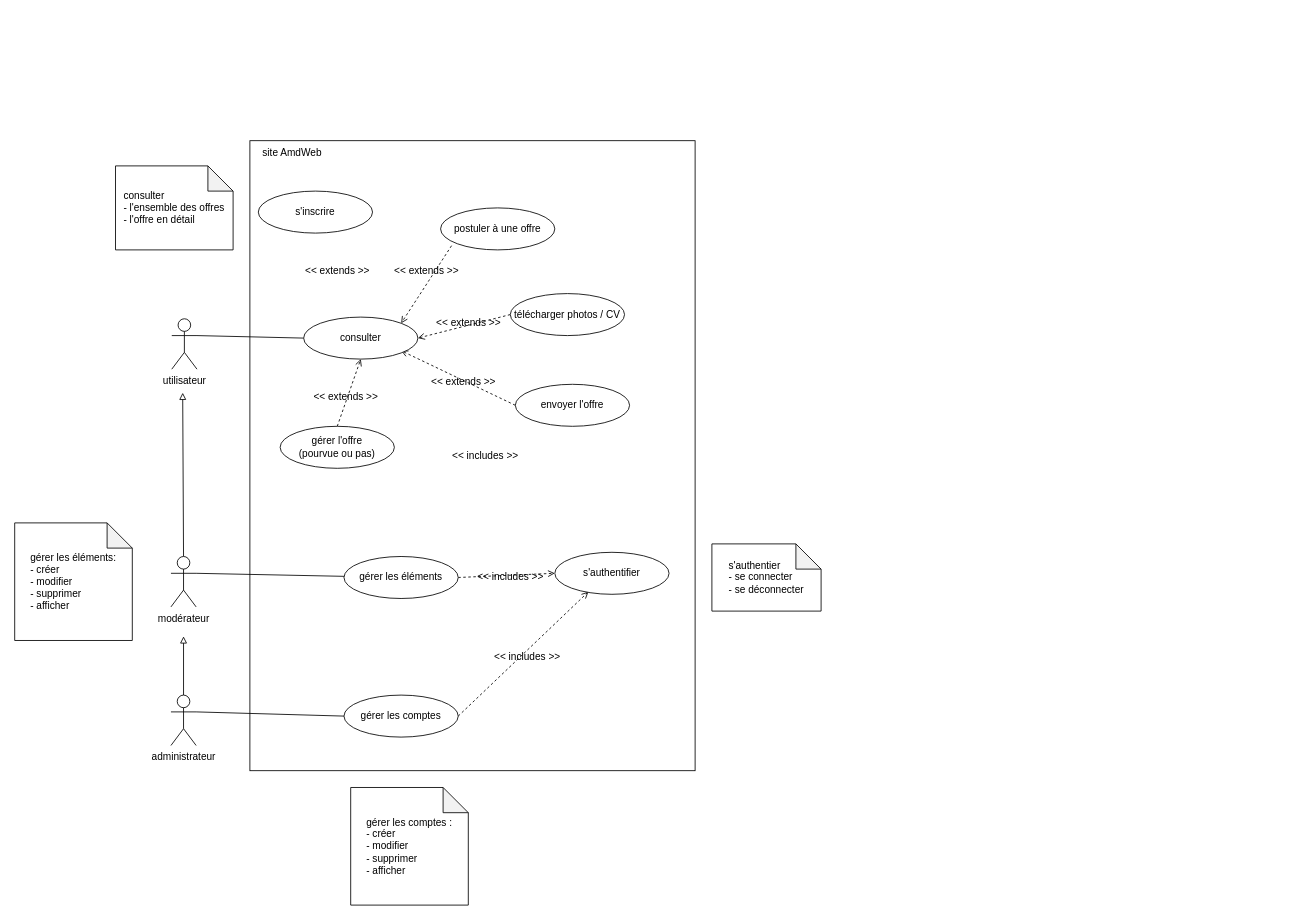
Above: Shema_UML2.drawio in Jojogit68/isoflat.github.io (draw.io), before the change. Source tidied: cells renumbered, new cells numbered last; positions are measured from the earlier drawing's top-left corner, leaving out a move shared by most shapes. Both pictures are drawn from the tidied source at 84%, with x=0, y=0 at pixel (14, 140).
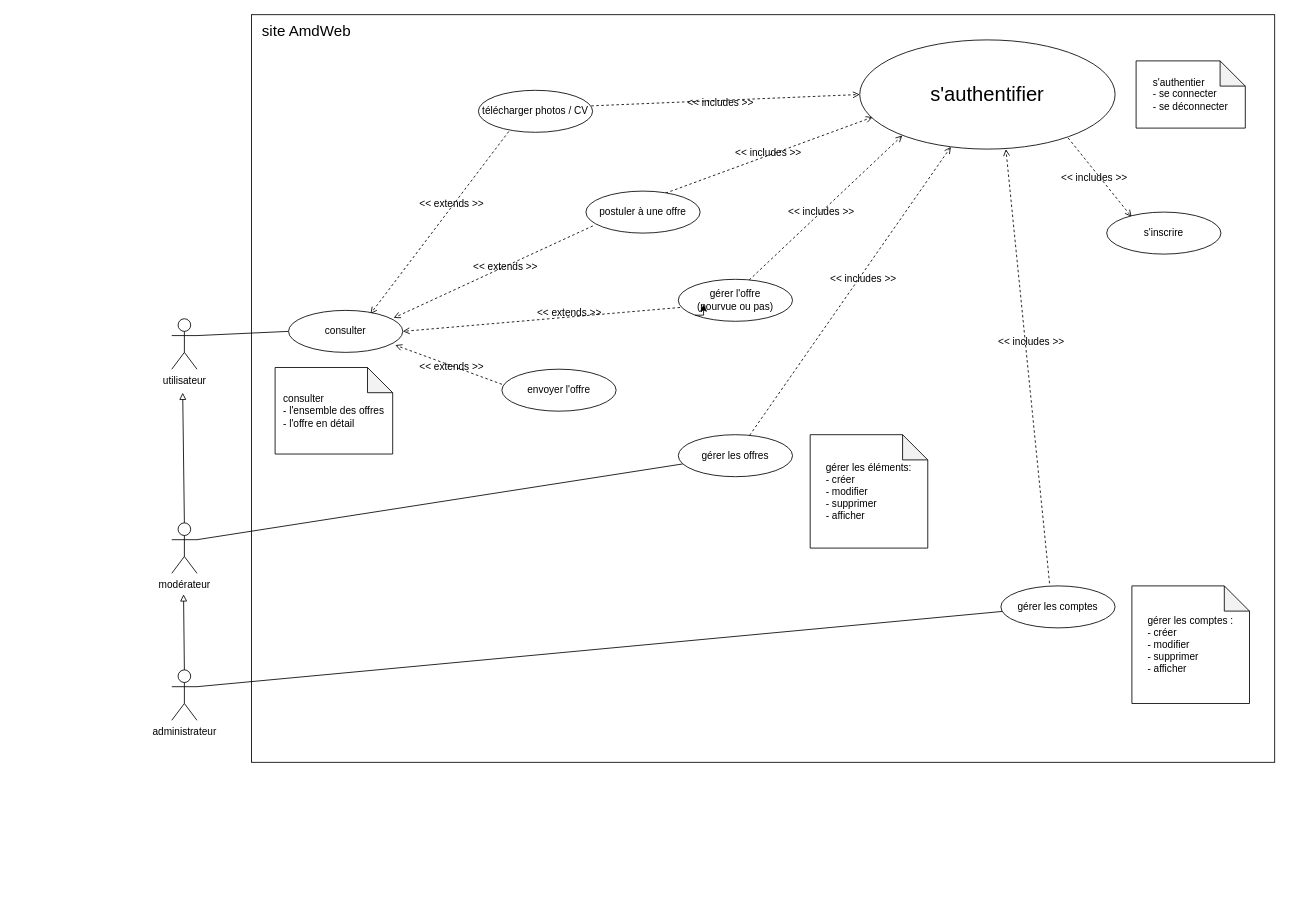
The same page after the edit.

Commit message:
Mettre à jour Shema_UML2.drawio

Change to the diagram source:
```diff
@@
     <mxCell id="2" style="rounded=0;whiteSpace=wrap;html=1;" parent="1" vertex="1">
-      <mxGeometry x="280" width="530" height="750" as="geometry" />
+      <mxGeometry x="282" y="-150" width="1218" height="890" as="geometry" />
     </mxCell>
-    <mxCell id="3" value="site AmdWeb" style="text;html=1;align=center;verticalAlign=middle;strokeColor=none;fillColor=none;" parent="1" vertex="1">
-      <mxGeometry x="280" width="100" height="30" as="geometry" />
+    <mxCell id="3" value="&lt;font style=&quot;font-size: 18px;&quot;&gt;site AmdWeb&lt;/font&gt;" style="text;html=1;align=center;verticalAlign=middle;strokeColor=none;fillColor=none;" parent="1" vertex="1">
+      <mxGeometry x="282" y="-150" width="130" height="40" as="geometry" />
     </mxCell>
@@
     <mxCell id="8" value="modérateur" style="shape=umlActor;verticalLabelPosition=bottom;verticalAlign=top;html=1;outlineConnect=0;" parent="1" vertex="1">
-      <mxGeometry x="186" y="495" width="30" height="60" as="geometry" />
+      <mxGeometry x="187" y="455" width="30" height="60" as="geometry" />
     </mxCell>
-    <mxCell id="9" style="edgeStyle=none;rounded=0;jettySize=auto;html=1;exitX=1;exitY=0.3333333333333333;exitDx=0;exitDy=0;exitPerimeter=0;entryX=0;entryY=0.5;entryDx=0;entryDy=0;endArrow=none;endFill=0;" parent="1" edge="1" source="11" target="22">
+    <mxCell id="9" style="edgeStyle=none;rounded=0;jettySize=auto;html=1;exitX=1;exitY=0.3333333333333333;exitDx=0;exitDy=0;exitPerimeter=0;entryX=0.044;entryY=0.6;entryDx=0;entryDy=0;endArrow=none;endFill=0;entryPerimeter=0;" parent="1" edge="1" source="11" target="22">
       <mxGeometry relative="1" as="geometry" />
     </mxCell>
     <mxCell id="10" style="edgeStyle=none;rounded=0;jettySize=auto;html=1;exitX=0.5;exitY=0;exitDx=0;exitDy=0;exitPerimeter=0;endArrow=block;endFill=0;" parent="1" edge="1" source="11">
       <mxGeometry relative="1" as="geometry">
-        <mxPoint x="201" y="590" as="targetPoint" />
+        <mxPoint x="201" y="540" as="targetPoint" />
       </mxGeometry>
     </mxCell>
     <mxCell id="11" value="administrateur" style="shape=umlActor;verticalLabelPosition=bottom;verticalAlign=top;html=1;outlineConnect=0;" parent="1" vertex="1">
-      <mxGeometry x="186" y="660" width="30" height="60" as="geometry" />
+      <mxGeometry x="187" y="630" width="30" height="60" as="geometry" />
     </mxCell>
-    <mxCell id="12" style="edgeStyle=none;rounded=0;jettySize=auto;html=1;exitX=0;exitY=0.5;exitDx=0;exitDy=0;entryX=1;entryY=0.5;entryDx=0;entryDy=0;dashed=1;endArrow=open;endFill=0;" parent="1" edge="1" source="13" target="24">
+    <mxCell id="12" style="edgeStyle=none;rounded=0;jettySize=auto;html=1;exitX=0.266;exitY=0.981;exitDx=0;exitDy=0;entryX=0.717;entryY=0.084;entryDx=0;entryDy=0;dashed=1;endArrow=open;endFill=0;entryPerimeter=0;exitPerimeter=0;" parent="1" edge="1" source="13" target="24">
       <mxGeometry relative="1" as="geometry" />
     </mxCell>
+    <mxCell id="40" style="edgeStyle=none;rounded=0;jettySize=auto;html=1;exitX=0.988;exitY=0.371;exitDx=0;exitDy=0;dashed=1;endArrow=open;endFill=0;entryX=0;entryY=0.5;entryDx=0;entryDy=0;exitPerimeter=0;" parent="1" edge="1" source="13" target="18">
+      <mxGeometry relative="1" as="geometry" />
+    </mxCell>
     <mxCell id="13" value="télécharger photos / CV" style="ellipse;whiteSpace=wrap;html=1;" parent="1" vertex="1">
-      <mxGeometry x="590" y="182" width="136" height="50" as="geometry" />
+      <mxGeometry x="552" y="-60" width="136" height="50" as="geometry" />
     </mxCell>
-    <mxCell id="14" style="edgeStyle=none;rounded=0;jettySize=auto;html=1;exitX=0;exitY=0.5;exitDx=0;exitDy=0;dashed=1;endArrow=open;endFill=0;" parent="1" edge="1" source="15">
-      <mxGeometry relative="1" as="geometry">
-        <mxPoint x="460" y="250" as="targetPoint" />
-      </mxGeometry>
-    </mxCell>
+    <mxCell id="41" style="rounded=0;jettySize=auto;html=1;entryX=0.934;entryY=0.827;entryDx=0;entryDy=0;dashed=1;endArrow=open;endFill=0;entryPerimeter=0;" parent="1" edge="1" target="24">
+      <mxGeometry relative="1" as="geometry">
+        <mxPoint x="580" y="290" as="sourcePoint" />
+      </mxGeometry>
+    </mxCell>
     <mxCell id="15" value="envoyer l'offre" style="ellipse;whiteSpace=wrap;html=1;" parent="1" vertex="1">
-      <mxGeometry x="596" y="290" width="136" height="50" as="geometry" />
+      <mxGeometry x="580" y="272" width="136" height="50" as="geometry" />
     </mxCell>
-    <mxCell id="16" style="edgeStyle=none;rounded=0;jettySize=auto;html=1;exitX=0.096;exitY=0.9;exitDx=0;exitDy=0;entryX=1;entryY=0;entryDx=0;entryDy=0;endArrow=open;endFill=0;dashed=1;exitPerimeter=0;" parent="1" edge="1" source="17" target="24">
+    <mxCell id="16" style="edgeStyle=none;rounded=0;jettySize=auto;html=1;exitX=0.061;exitY=0.829;exitDx=0;exitDy=0;entryX=0.92;entryY=0.179;entryDx=0;entryDy=0;endArrow=open;endFill=0;dashed=1;exitPerimeter=0;entryPerimeter=0;" parent="1" edge="1" source="17" target="24">
       <mxGeometry relative="1" as="geometry" />
     </mxCell>
+    <mxCell id="42" style="edgeStyle=none;rounded=0;jettySize=auto;html=1;exitX=0.698;exitY=0.048;exitDx=0;exitDy=0;entryX=0.051;entryY=0.707;entryDx=0;entryDy=0;entryPerimeter=0;dashed=1;endArrow=open;endFill=0;exitPerimeter=0;" parent="1" edge="1" source="17" target="18">
+      <mxGeometry relative="1" as="geometry" />
+    </mxCell>
     <mxCell id="17" value="postuler à une offre" style="ellipse;whiteSpace=wrap;html=1;" parent="1" vertex="1">
-      <mxGeometry x="507" y="80" width="136" height="50" as="geometry" />
+      <mxGeometry x="680" y="60" width="136" height="50" as="geometry" />
     </mxCell>
+    <mxCell id="43" style="edgeStyle=none;rounded=0;jettySize=auto;html=1;entryX=0.218;entryY=0.113;entryDx=0;entryDy=0;entryPerimeter=0;dashed=1;fontSize=18;endArrow=open;endFill=0;exitX=0.816;exitY=0.898;exitDx=0;exitDy=0;exitPerimeter=0;" parent="1" edge="1" source="18" target="23">
+      <mxGeometry relative="1" as="geometry" />
+    </mxCell>
-    <mxCell id="18" value="s'inscrire" style="ellipse;whiteSpace=wrap;html=1;" parent="1" vertex="1">
-      <mxGeometry x="290" y="60" width="136" height="50" as="geometry" />
+    <mxCell id="18" value="&lt;font style=&quot;font-size: 24px;&quot;&gt;s'authentifier&lt;/font&gt;" style="ellipse;whiteSpace=wrap;html=1;" parent="1" vertex="1">
+      <mxGeometry x="1006" y="-120" width="304" height="130" as="geometry" />
     </mxCell>
-    <mxCell id="19" style="edgeStyle=none;rounded=0;jettySize=auto;html=1;exitX=1;exitY=0.5;exitDx=0;exitDy=0;entryX=0;entryY=0.5;entryDx=0;entryDy=0;dashed=1;endArrow=open;endFill=0;" parent="1" edge="1" source="20" target="23">
+    <mxCell id="19" style="edgeStyle=none;rounded=0;jettySize=auto;html=1;dashed=1;endArrow=open;endFill=0;" parent="1" edge="1" source="20" target="18">
       <mxGeometry relative="1" as="geometry" />
     </mxCell>
-    <mxCell id="20" value="gérer les éléments" style="ellipse;whiteSpace=wrap;html=1;" parent="1" vertex="1">
-      <mxGeometry x="392" y="495" width="136" height="50" as="geometry" />
+    <mxCell id="20" value="&lt;div&gt;gérer les offres&lt;/div&gt;" style="ellipse;whiteSpace=wrap;html=1;" parent="1" vertex="1">
+      <mxGeometry x="790" y="350" width="136" height="50" as="geometry" />
     </mxCell>
-    <mxCell id="21" style="edgeStyle=none;rounded=0;jettySize=auto;html=1;exitX=1;exitY=0.5;exitDx=0;exitDy=0;entryX=0.294;entryY=0.94;entryDx=0;entryDy=0;entryPerimeter=0;dashed=1;endArrow=open;endFill=0;" parent="1" edge="1" source="22" target="23">
-      <mxGeometry relative="1" as="geometry" />
+    <mxCell id="21" style="edgeStyle=none;rounded=0;jettySize=auto;html=1;exitX=0.426;exitY=-0.064;exitDx=0;exitDy=0;dashed=1;endArrow=open;endFill=0;exitPerimeter=0;" parent="1" edge="1" source="22">
+      <mxGeometry relative="1" as="geometry">
+        <mxPoint x="1180" y="10" as="targetPoint" />
+      </mxGeometry>
     </mxCell>
     <mxCell id="22" value="gérer les comptes" style="ellipse;whiteSpace=wrap;html=1;" parent="1" vertex="1">
-      <mxGeometry x="392" y="660" width="136" height="50" as="geometry" />
+      <mxGeometry x="1174" y="530" width="136" height="50" as="geometry" />
     </mxCell>
-    <mxCell id="23" value="s'authentifier" style="ellipse;whiteSpace=wrap;html=1;" parent="1" vertex="1">
-      <mxGeometry x="643" y="490" width="136" height="50" as="geometry" />
+    <mxCell id="23" value="s'inscrire" style="ellipse;whiteSpace=wrap;html=1;" parent="1" vertex="1">
+      <mxGeometry x="1300" y="85" width="136" height="50" as="geometry" />
     </mxCell>
     <mxCell id="24" value="consulter" style="ellipse;whiteSpace=wrap;html=1;" parent="1" vertex="1">
-      <mxGeometry x="344" y="210" width="136" height="50" as="geometry" />
+      <mxGeometry x="326" y="202" width="136" height="50" as="geometry" />
     </mxCell>
     <mxCell id="25" value="&lt;div align=&quot;left&quot;&gt;gérer les comptes :&lt;/div&gt;&lt;div align=&quot;left&quot;&gt;- créer&lt;/div&gt;&lt;div align=&quot;left&quot;&gt;- modifier&lt;/div&gt;&lt;div align=&quot;left&quot;&gt;- supprimer&lt;/div&gt;&lt;div align=&quot;left&quot;&gt;- afficher&lt;br&gt;&lt;/div&gt;" style="shape=note;whiteSpace=wrap;html=1;backgroundOutline=1;darkOpacity=0.05;" parent="1" vertex="1">
-      <mxGeometry x="400" y="770" width="140" height="140" as="geometry" />
+      <mxGeometry x="1330" y="530" width="140" height="140" as="geometry" />
     </mxCell>
     <mxCell id="26" value="&lt;div align=&quot;left&quot;&gt;gérer les éléments:&lt;/div&gt;&lt;div align=&quot;left&quot;&gt;- créer&lt;/div&gt;&lt;div align=&quot;left&quot;&gt;- modifier&lt;/div&gt;&lt;div align=&quot;left&quot;&gt;- supprimer&lt;/div&gt;&lt;div align=&quot;left&quot;&gt;- afficher&lt;br&gt;&lt;/div&gt;" style="shape=note;whiteSpace=wrap;html=1;backgroundOutline=1;darkOpacity=0.05;" parent="1" vertex="1">
-      <mxGeometry y="455" width="140" height="140" as="geometry" />
+      <mxGeometry x="947" y="350" width="140" height="135" as="geometry" />
     </mxCell>
     <mxCell id="27" value="&lt;div align=&quot;left&quot;&gt;consulter&lt;/div&gt;&lt;div align=&quot;left&quot;&gt;- l'ensemble des offres&lt;br&gt;&lt;/div&gt;&lt;div align=&quot;left&quot;&gt;- l'offre en détail&lt;br&gt;&lt;/div&gt;" style="shape=note;whiteSpace=wrap;html=1;backgroundOutline=1;darkOpacity=0.05;" parent="1" vertex="1">
-      <mxGeometry x="120" y="30" width="140" height="100" as="geometry" />
+      <mxGeometry x="310" y="270" width="140" height="103" as="geometry" />
     </mxCell>
-    <mxCell id="28" style="edgeStyle=none;rounded=0;jettySize=auto;html=1;exitX=0.5;exitY=0;exitDx=0;exitDy=0;entryX=0.5;entryY=1;entryDx=0;entryDy=0;dashed=1;endArrow=open;endFill=0;" parent="1" edge="1" source="29" target="24">
+    <mxCell id="28" style="edgeStyle=none;rounded=0;jettySize=auto;html=1;exitX=0.015;exitY=0.671;exitDx=0;exitDy=0;entryX=1;entryY=0.5;entryDx=0;entryDy=0;dashed=1;endArrow=open;endFill=0;exitPerimeter=0;" parent="1" edge="1" source="29" target="24">
       <mxGeometry relative="1" as="geometry" />
     </mxCell>
+    <mxCell id="44" style="edgeStyle=none;rounded=0;jettySize=auto;html=1;exitX=0.588;exitY=0.1;exitDx=0;exitDy=0;entryX=0.167;entryY=0.875;entryDx=0;entryDy=0;dashed=1;endArrow=open;endFill=0;entryPerimeter=0;exitPerimeter=0;" parent="1" edge="1" source="29" target="18">
+      <mxGeometry relative="1" as="geometry" />
+    </mxCell>
     <mxCell id="29" value="&lt;div&gt;gérer l'offre&lt;/div&gt;&lt;div&gt;(pourvue ou pas)&lt;br&gt;&lt;/div&gt;" style="ellipse;whiteSpace=wrap;html=1;" parent="1" vertex="1">
-      <mxGeometry x="316" y="340" width="136" height="50" as="geometry" />
+      <mxGeometry x="790" y="165" width="136" height="50" as="geometry" />
     </mxCell>
     <mxCell id="30" value="&lt;div align=&quot;left&quot;&gt;s'authentier&lt;/div&gt;&lt;div align=&quot;left&quot;&gt;- se connecter&lt;br&gt;&lt;/div&gt;&lt;div align=&quot;left&quot;&gt;- se déconnecter&lt;br&gt;&lt;/div&gt;" style="shape=note;whiteSpace=wrap;html=1;backgroundOutline=1;darkOpacity=0.05;" parent="1" vertex="1">
-      <mxGeometry x="830" y="480" width="130" height="80" as="geometry" />
+      <mxGeometry x="1335" y="-95" width="130" height="80" as="geometry" />
     </mxCell>
     <mxCell id="31" value="&amp;lt;&amp;lt; includes &amp;gt;&amp;gt;" style="text;html=1;align=center;verticalAlign=middle;strokeColor=none;fillColor=none;" parent="1" vertex="1">
-      <mxGeometry x="540" y="505" width="100" height="30" as="geometry" />
+      <mxGeometry x="960" y="150" width="100" height="30" as="geometry" />
     </mxCell>
     <mxCell id="32" value="&amp;lt;&amp;lt; includes &amp;gt;&amp;gt;" style="text;html=1;align=center;verticalAlign=middle;strokeColor=none;fillColor=none;" parent="1" vertex="1">
-      <mxGeometry x="510" y="360" width="100" height="30" as="geometry" />
+      <mxGeometry x="910" y="70" width="100" height="30" as="geometry" />
     </mxCell>
     <mxCell id="33" value="&amp;lt;&amp;lt; extends &amp;gt;&amp;gt;" style="text;html=1;align=center;verticalAlign=middle;strokeColor=none;fillColor=none;" parent="1" vertex="1">
-      <mxGeometry x="440" y="140" width="100" height="30" as="geometry" />
+      <mxGeometry x="534" y="135" width="100" height="30" as="geometry" />
     </mxCell>
     <mxCell id="34" value="&amp;lt;&amp;lt; extends &amp;gt;&amp;gt;" style="text;html=1;align=center;verticalAlign=middle;strokeColor=none;fillColor=none;" parent="1" vertex="1">
-      <mxGeometry x="344" y="290" width="100" height="30" as="geometry" />
+      <mxGeometry x="470" y="255" width="100" height="30" as="geometry" />
     </mxCell>
     <mxCell id="35" value="&amp;lt;&amp;lt; extends &amp;gt;&amp;gt;" style="text;html=1;align=center;verticalAlign=middle;strokeColor=none;fillColor=none;" parent="1" vertex="1">
-      <mxGeometry x="334" y="140" width="100" height="30" as="geometry" />
+      <mxGeometry x="470" y="60" width="100" height="30" as="geometry" />
     </mxCell>
     <mxCell id="36" value="&amp;lt;&amp;lt; extends &amp;gt;&amp;gt;" style="text;html=1;align=center;verticalAlign=middle;strokeColor=none;fillColor=none;" parent="1" vertex="1">
-      <mxGeometry x="490" y="202" width="100" height="30" as="geometry" />
+      <mxGeometry x="610" y="190" width="100" height="30" as="geometry" />
     </mxCell>
-    <mxCell id="37" value="&amp;lt;&amp;lt; extends &amp;gt;&amp;gt;" style="text;html=1;align=center;verticalAlign=middle;strokeColor=none;fillColor=none;" parent="1" vertex="1">
-      <mxGeometry x="484" y="272" width="100" height="30" as="geometry" />
-    </mxCell>
@@
     <mxCell id="39" value="&amp;lt;&amp;lt; includes &amp;gt;&amp;gt;" style="text;html=1;align=center;verticalAlign=middle;strokeColor=none;fillColor=none;" parent="1" vertex="1">
-      <mxGeometry x="560" y="600" width="100" height="30" as="geometry" />
+      <mxGeometry x="1160" y="225" width="100" height="30" as="geometry" />
     </mxCell>
+    <mxCell id="45" style="edgeStyle=orthogonalEdgeStyle;rounded=0;orthogonalLoop=1;jettySize=auto;html=1;exitX=0;exitY=1;exitDx=0;exitDy=0;entryX=0.221;entryY=0.6;entryDx=0;entryDy=0;entryPerimeter=0;" parent="1" edge="1" source="29" target="29">
+      <mxGeometry relative="1" as="geometry" />
+    </mxCell>
+    <mxCell id="46" value="&amp;lt;&amp;lt; includes &amp;gt;&amp;gt;" style="text;html=1;align=center;verticalAlign=middle;strokeColor=none;fillColor=none;" parent="1" vertex="1">
+      <mxGeometry x="847" width="100" height="30" as="geometry" />
+    </mxCell>
+    <mxCell id="47" value="&amp;lt;&amp;lt; includes &amp;gt;&amp;gt;" style="text;html=1;align=center;verticalAlign=middle;strokeColor=none;fillColor=none;" parent="1" vertex="1">
+      <mxGeometry x="790" y="-60" width="100" height="30" as="geometry" />
+    </mxCell>
+    <mxCell id="48" value="&amp;lt;&amp;lt; includes &amp;gt;&amp;gt;" style="text;html=1;align=center;verticalAlign=middle;strokeColor=none;fillColor=none;" parent="1" vertex="1">
+      <mxGeometry x="1235" y="30" width="100" height="30" as="geometry" />
+    </mxCell>
```
